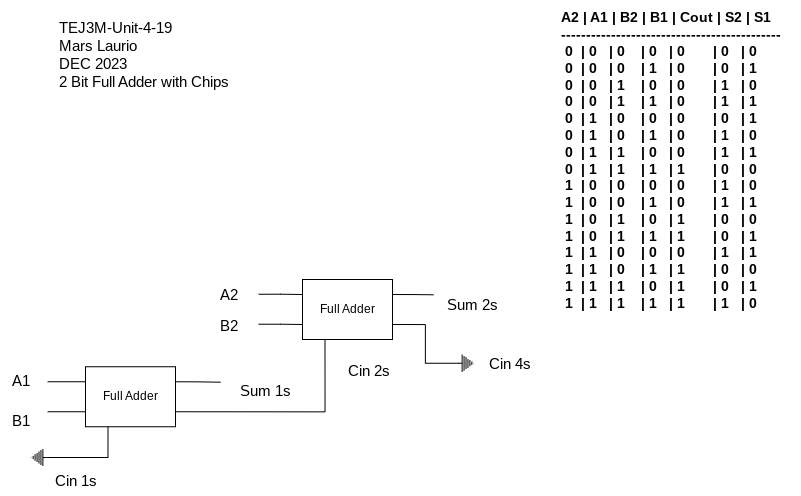
Mars-Laurio/TEJ3M-Unit4 keeps this draw.io diagram as Unit4-19/TEJ3M-Unit-4-19.png. Above is the earlier version. Source tidied: cells renumbered, new cells last; positions are measured from the earlier drawing's top-left corner, leaving out a move shared by most shapes. Its diagram source:
```xml
<mxGraphModel>
  <root>
    <mxCell id="0" />
    <mxCell id="1" parent="0" />
    <mxCell id="2" value="&lt;div style=&quot;text-align: left; font-size: 15px;&quot;&gt;&lt;span style=&quot;background-color: initial; font-size: 15px;&quot;&gt;TEJ3M-Unit-4-19&lt;/span&gt;&lt;/div&gt;&lt;div style=&quot;text-align: left; font-size: 15px;&quot;&gt;&lt;span style=&quot;background-color: initial; font-size: 15px;&quot;&gt;Mars Laurio&lt;/span&gt;&lt;/div&gt;&lt;div style=&quot;text-align: left; font-size: 15px;&quot;&gt;&lt;span style=&quot;background-color: initial; font-size: 15px;&quot;&gt;DEC 2023&lt;/span&gt;&lt;/div&gt;&lt;div style=&quot;text-align: left; font-size: 15px;&quot;&gt;&lt;span style=&quot;background-color: initial; font-size: 15px;&quot;&gt;2 Bit Full Adder with Chips&lt;/span&gt;&lt;/div&gt;" style="text;html=1;align=center;verticalAlign=middle;strokeColor=none;fillColor=none;fontSize=15;fontFamily=Helvetica;fontColor=default;" parent="1" vertex="1">
      <mxGeometry x="43" y="9" width="200" height="90" as="geometry" />
    </mxCell>
    <mxCell id="3" value="&lt;div style=&quot;text-align: left; font-size: 14px;&quot;&gt;&lt;div style=&quot;font-size: 14px;&quot;&gt;&lt;span style=&quot;font-size: 14px;&quot;&gt;A2 | A1 | B2 | B1 | Cout | S2 | S1&lt;/span&gt;&lt;/div&gt;&lt;div style=&quot;font-size: 14px;&quot;&gt;&lt;span style=&quot;font-size: 14px;&quot;&gt;--------------------------------------------&lt;/span&gt;&lt;/div&gt;&lt;div style=&quot;font-size: 14px;&quot;&gt;&lt;span style=&quot;font-size: 14px;&quot;&gt;&amp;nbsp;0&amp;nbsp; | 0&amp;nbsp; &amp;nbsp;| 0&amp;nbsp; &amp;nbsp; | 0&amp;nbsp; &amp;nbsp;| 0&amp;nbsp; &amp;nbsp; &amp;nbsp; &amp;nbsp;| 0&amp;nbsp; &amp;nbsp;| 0&amp;nbsp;&amp;nbsp;&lt;/span&gt;&lt;/div&gt;&lt;div style=&quot;font-size: 14px;&quot;&gt;&lt;span style=&quot;font-size: 14px;&quot;&gt;&amp;nbsp;0&amp;nbsp; | 0&amp;nbsp; &amp;nbsp;| 0&amp;nbsp; &amp;nbsp; | 1&amp;nbsp; &amp;nbsp;| 0&amp;nbsp; &amp;nbsp; &amp;nbsp; &amp;nbsp;| 0&amp;nbsp; &amp;nbsp;| 1&amp;nbsp; &amp;nbsp;&amp;nbsp;&lt;/span&gt;&lt;/div&gt;&lt;div style=&quot;font-size: 14px;&quot;&gt;&lt;span style=&quot;font-size: 14px;&quot;&gt;&amp;nbsp;0&amp;nbsp; | 0&amp;nbsp; &amp;nbsp;| 1&amp;nbsp; &amp;nbsp; | 0&amp;nbsp; &amp;nbsp;| 0&amp;nbsp; &amp;nbsp; &amp;nbsp; &amp;nbsp;| 1&amp;nbsp; &amp;nbsp;| 0&amp;nbsp; &amp;nbsp;&amp;nbsp;&lt;/span&gt;&lt;/div&gt;&lt;div style=&quot;font-size: 14px;&quot;&gt;&lt;span style=&quot;font-size: 14px;&quot;&gt;&amp;nbsp;0&amp;nbsp; | 0&amp;nbsp; &amp;nbsp;| 1&amp;nbsp; &amp;nbsp; | 1&amp;nbsp; &amp;nbsp;| 0&amp;nbsp; &amp;nbsp; &amp;nbsp; &amp;nbsp;| 1&amp;nbsp; &amp;nbsp;| 1&amp;nbsp; &amp;nbsp; &amp;nbsp;&lt;/span&gt;&lt;/div&gt;&lt;div style=&quot;font-size: 14px;&quot;&gt;&lt;span style=&quot;font-size: 14px;&quot;&gt;&amp;nbsp;0&amp;nbsp; | 1&amp;nbsp; &amp;nbsp;| 0&amp;nbsp; &amp;nbsp; | 0&amp;nbsp; &amp;nbsp;| 0&amp;nbsp; &amp;nbsp; &amp;nbsp; &amp;nbsp;| 0&amp;nbsp; &amp;nbsp;| 1&amp;nbsp; &amp;nbsp;&lt;/span&gt;&lt;/div&gt;&lt;div style=&quot;font-size: 14px;&quot;&gt;&lt;span style=&quot;font-size: 14px;&quot;&gt;&amp;nbsp;0&amp;nbsp; | 1&amp;nbsp; &amp;nbsp;| 0&amp;nbsp; &amp;nbsp; | 1&amp;nbsp; &amp;nbsp;| 0&amp;nbsp; &amp;nbsp; &amp;nbsp; &amp;nbsp;| 1&amp;nbsp; &amp;nbsp;| 0&amp;nbsp; &amp;nbsp;&lt;/span&gt;&lt;/div&gt;&lt;div style=&quot;font-size: 14px;&quot;&gt;&lt;span style=&quot;font-size: 14px;&quot;&gt;&amp;nbsp;0&amp;nbsp; | 1&amp;nbsp; &amp;nbsp;| 1&amp;nbsp; &amp;nbsp; | 0&amp;nbsp; &amp;nbsp;| 0&amp;nbsp; &amp;nbsp; &amp;nbsp; &amp;nbsp;| 1&amp;nbsp; &amp;nbsp;| 1&amp;nbsp; &amp;nbsp;&lt;/span&gt;&lt;/div&gt;&lt;div style=&quot;font-size: 14px;&quot;&gt;&lt;span style=&quot;font-size: 14px;&quot;&gt;&amp;nbsp;0&amp;nbsp; | 1&amp;nbsp; &amp;nbsp;| 1&amp;nbsp; &amp;nbsp; | 1&amp;nbsp; &amp;nbsp;| 1&amp;nbsp; &amp;nbsp; &amp;nbsp; &amp;nbsp;| 0&amp;nbsp; &amp;nbsp;| 0&amp;nbsp; &amp;nbsp;&lt;/span&gt;&lt;/div&gt;&lt;div style=&quot;font-size: 14px;&quot;&gt;&lt;span style=&quot;font-size: 14px;&quot;&gt;&amp;nbsp;1&amp;nbsp; | 0&amp;nbsp; &amp;nbsp;| 0&amp;nbsp; &amp;nbsp; | 0&amp;nbsp; &amp;nbsp;| 0&amp;nbsp; &amp;nbsp; &amp;nbsp; &amp;nbsp;| 1&amp;nbsp; &amp;nbsp;| 0&amp;nbsp; &amp;nbsp;&amp;nbsp;&lt;/span&gt;&lt;/div&gt;&lt;div style=&quot;font-size: 14px;&quot;&gt;&lt;span style=&quot;font-size: 14px;&quot;&gt;&amp;nbsp;1&amp;nbsp; | 0&amp;nbsp; &amp;nbsp;| 0&amp;nbsp; &amp;nbsp; | 1&amp;nbsp; &amp;nbsp;| 0&amp;nbsp; &amp;nbsp; &amp;nbsp; &amp;nbsp;| 1&amp;nbsp; &amp;nbsp;| 1&amp;nbsp; &amp;nbsp;&amp;nbsp;&lt;/span&gt;&lt;/div&gt;&lt;div style=&quot;font-size: 14px;&quot;&gt;&lt;span style=&quot;font-size: 14px;&quot;&gt;&amp;nbsp;1&amp;nbsp; | 0&amp;nbsp; &amp;nbsp;| 1&amp;nbsp; &amp;nbsp; | 0&amp;nbsp; &amp;nbsp;| 1&amp;nbsp; &amp;nbsp; &amp;nbsp; &amp;nbsp;| 0&amp;nbsp; &amp;nbsp;| 0&amp;nbsp; &amp;nbsp; &amp;nbsp;&lt;/span&gt;&lt;/div&gt;&lt;div style=&quot;font-size: 14px;&quot;&gt;&lt;span style=&quot;font-size: 14px;&quot;&gt;&amp;nbsp;1&amp;nbsp; | 0&amp;nbsp; &amp;nbsp;| 1&amp;nbsp; &amp;nbsp; | 1&amp;nbsp; &amp;nbsp;| 1&amp;nbsp; &amp;nbsp; &amp;nbsp; &amp;nbsp;| 0&amp;nbsp; &amp;nbsp;| 1&amp;nbsp; &amp;nbsp;&amp;nbsp;&lt;/span&gt;&lt;/div&gt;&lt;div style=&quot;font-size: 14px;&quot;&gt;&lt;span style=&quot;font-size: 14px;&quot;&gt;&amp;nbsp;1&amp;nbsp; | 1&amp;nbsp; &amp;nbsp;| 0&amp;nbsp; &amp;nbsp; | 0&amp;nbsp; &amp;nbsp;| 0&amp;nbsp; &amp;nbsp; &amp;nbsp; &amp;nbsp;| 1&amp;nbsp; &amp;nbsp;| 1&amp;nbsp; &amp;nbsp; &amp;nbsp;&lt;/span&gt;&lt;/div&gt;&lt;div style=&quot;font-size: 14px;&quot;&gt;&lt;span style=&quot;font-size: 14px;&quot;&gt;&amp;nbsp;1&amp;nbsp; | 1&amp;nbsp; &amp;nbsp;| 0&amp;nbsp; &amp;nbsp; | 1&amp;nbsp; &amp;nbsp;| 1&amp;nbsp; &amp;nbsp; &amp;nbsp; &amp;nbsp;| 0&amp;nbsp; &amp;nbsp;| 0&amp;nbsp; &amp;nbsp;&amp;nbsp;&lt;/span&gt;&lt;/div&gt;&lt;div style=&quot;font-size: 14px;&quot;&gt;&lt;span style=&quot;font-size: 14px;&quot;&gt;&amp;nbsp;1&amp;nbsp; | 1&amp;nbsp; &amp;nbsp;| 1&amp;nbsp; &amp;nbsp; | 0&amp;nbsp; &amp;nbsp;| 1&amp;nbsp; &amp;nbsp; &amp;nbsp; &amp;nbsp;| 0&amp;nbsp; &amp;nbsp;| 1&amp;nbsp; &amp;nbsp;&amp;nbsp;&lt;/span&gt;&lt;/div&gt;&lt;div style=&quot;font-size: 14px;&quot;&gt;&lt;span style=&quot;font-size: 14px;&quot;&gt;&amp;nbsp;1&amp;nbsp; | 1&amp;nbsp; &amp;nbsp;| 1&amp;nbsp; &amp;nbsp; | 1&amp;nbsp; &amp;nbsp;| 1&amp;nbsp; &amp;nbsp; &amp;nbsp; &amp;nbsp;| 1&amp;nbsp; &amp;nbsp;| 0&amp;nbsp; &amp;nbsp;&amp;nbsp;&lt;/span&gt;&lt;/div&gt;&lt;/div&gt;" style="text;html=1;align=center;verticalAlign=middle;opacity=0;fontStyle=1;fontSize=14;" parent="1" vertex="1">
      <mxGeometry x="540" y="0.2" width="260" height="320" as="geometry" />
    </mxCell>
    <mxCell id="4" style="edgeStyle=orthogonalEdgeStyle;html=1;exitX=1;exitY=0.75;exitDx=0;exitDy=0;entryX=0.25;entryY=1;entryDx=0;entryDy=0;fontFamily=Helvetica;fontSize=12;fontColor=default;rounded=0;endArrow=none;endFill=0;" parent="1" edge="1" source="6" target="9">
      <mxGeometry relative="1" as="geometry" />
    </mxCell>
    <mxCell id="5" style="edgeStyle=orthogonalEdgeStyle;rounded=0;html=1;exitX=1;exitY=0.25;exitDx=0;exitDy=0;fontFamily=Helvetica;fontSize=15;fontColor=default;endArrow=none;endFill=0;" parent="1" edge="1" source="6">
      <mxGeometry relative="1" as="geometry">
        <mxPoint x="220" y="381.7" as="targetPoint" />
      </mxGeometry>
    </mxCell>
    <mxCell id="6" value="Full Adder" style="rounded=0;whiteSpace=wrap;html=1;" parent="1" vertex="1">
      <mxGeometry x="85" y="366.2" width="90" height="60" as="geometry" />
    </mxCell>
    <mxCell id="7" style="edgeStyle=orthogonalEdgeStyle;rounded=0;html=1;exitX=1;exitY=0.25;exitDx=0;exitDy=0;fontFamily=Helvetica;fontSize=15;fontColor=default;endArrow=none;endFill=0;" parent="1" edge="1" source="9">
      <mxGeometry relative="1" as="geometry">
        <mxPoint x="433" y="294.3" as="targetPoint" />
      </mxGeometry>
    </mxCell>
    <mxCell id="8" style="edgeStyle=orthogonalEdgeStyle;shape=connector;rounded=0;html=1;exitX=1;exitY=0.75;exitDx=0;exitDy=0;entryX=0.5;entryY=0;entryDx=0;entryDy=0;entryPerimeter=0;labelBackgroundColor=default;strokeColor=default;fontFamily=Helvetica;fontSize=15;fontColor=default;endArrow=none;endFill=0;" parent="1" edge="1" source="9" target="24">
      <mxGeometry relative="1" as="geometry" />
    </mxCell>
    <mxCell id="9" value="Full Adder" style="rounded=0;whiteSpace=wrap;html=1;" parent="1" vertex="1">
      <mxGeometry x="302" y="279" width="90" height="60" as="geometry" />
    </mxCell>
    <mxCell id="10" style="edgeStyle=orthogonalEdgeStyle;rounded=0;html=1;exitX=0.5;exitY=0;exitDx=0;exitDy=0;exitPerimeter=0;entryX=0;entryY=0.25;entryDx=0;entryDy=0;fontFamily=Helvetica;fontSize=12;fontColor=default;endArrow=none;endFill=0;" parent="1" edge="1" target="9">
      <mxGeometry relative="1" as="geometry">
        <mxPoint x="258.2" y="293.7" as="sourcePoint" />
      </mxGeometry>
    </mxCell>
    <mxCell id="11" style="edgeStyle=orthogonalEdgeStyle;rounded=0;html=1;exitX=0.5;exitY=0;exitDx=0;exitDy=0;exitPerimeter=0;entryX=0;entryY=0.75;entryDx=0;entryDy=0;fontFamily=Helvetica;fontSize=12;fontColor=default;endArrow=none;endFill=0;" parent="1" edge="1" target="9">
      <mxGeometry relative="1" as="geometry">
        <mxPoint x="258.2" y="323.7" as="sourcePoint" />
      </mxGeometry>
    </mxCell>
    <mxCell id="12" style="edgeStyle=orthogonalEdgeStyle;rounded=0;html=1;exitX=0.5;exitY=0;exitDx=0;exitDy=0;exitPerimeter=0;entryX=0;entryY=0.25;entryDx=0;entryDy=0;fontFamily=Helvetica;fontSize=12;fontColor=default;endArrow=none;endFill=0;" parent="1" edge="1" target="6">
      <mxGeometry relative="1" as="geometry">
        <mxPoint x="47.2" y="381.2" as="sourcePoint" />
      </mxGeometry>
    </mxCell>
    <mxCell id="13" style="edgeStyle=orthogonalEdgeStyle;rounded=0;html=1;exitX=0.5;exitY=0;exitDx=0;exitDy=0;exitPerimeter=0;entryX=0;entryY=0.75;entryDx=0;entryDy=0;fontFamily=Helvetica;fontSize=12;fontColor=default;endArrow=none;endFill=0;" parent="1" edge="1" target="6">
      <mxGeometry relative="1" as="geometry">
        <mxPoint x="47.2" y="411.2" as="sourcePoint" />
      </mxGeometry>
    </mxCell>
    <mxCell id="14" style="edgeStyle=orthogonalEdgeStyle;rounded=0;html=1;exitX=0.5;exitY=0;exitDx=0;exitDy=0;exitPerimeter=0;entryX=0.25;entryY=1;entryDx=0;entryDy=0;fontFamily=Helvetica;fontSize=15;fontColor=default;endArrow=none;endFill=0;" parent="1" edge="1" source="15" target="6">
      <mxGeometry relative="1" as="geometry" />
    </mxCell>
    <mxCell id="15" style="verticalLabelPosition=bottom;shadow=0;dashed=0;align=center;html=1;verticalAlign=top;shape=mxgraph.electrical.signal_sources.protective_earth;strokeColor=default;fontFamily=Helvetica;fontSize=12;fontColor=default;fillColor=#18141D;rotation=90;" parent="1" vertex="1">
      <mxGeometry x="30" y="449.2" width="17" height="15.5" as="geometry" />
    </mxCell>
    <mxCell id="16" value="A1" style="text;html=1;align=center;verticalAlign=middle;strokeColor=none;fillColor=none;fontSize=15;fontFamily=Helvetica;fontColor=default;" parent="1" vertex="1">
      <mxGeometry y="365" width="40" height="30" as="geometry" />
    </mxCell>
    <mxCell id="17" value="B1" style="text;html=1;align=center;verticalAlign=middle;strokeColor=none;fillColor=none;fontSize=15;fontFamily=Helvetica;fontColor=default;" parent="1" vertex="1">
      <mxGeometry y="405" width="40" height="30" as="geometry" />
    </mxCell>
    <mxCell id="18" value="A2" style="text;html=1;align=center;verticalAlign=middle;strokeColor=none;fillColor=none;fontSize=15;fontFamily=Helvetica;fontColor=default;" parent="1" vertex="1">
      <mxGeometry x="208" y="279" width="40" height="30" as="geometry" />
    </mxCell>
    <mxCell id="19" value="B2" style="text;html=1;align=center;verticalAlign=middle;strokeColor=none;fillColor=none;fontSize=15;fontFamily=Helvetica;fontColor=default;" parent="1" vertex="1">
      <mxGeometry x="208" y="310.2" width="40" height="30" as="geometry" />
    </mxCell>
    <mxCell id="20" value="Cin 2s" style="text;html=1;align=center;verticalAlign=middle;strokeColor=none;fillColor=none;fontSize=15;fontFamily=Helvetica;fontColor=default;" parent="1" vertex="1">
      <mxGeometry x="333" y="355" width="70" height="30" as="geometry" />
    </mxCell>
    <mxCell id="21" value="Cin 1s" style="text;html=1;align=center;verticalAlign=middle;strokeColor=none;fillColor=none;fontSize=15;fontFamily=Helvetica;fontColor=default;" parent="1" vertex="1">
      <mxGeometry x="40" y="464.8" width="70" height="30" as="geometry" />
    </mxCell>
    <mxCell id="22" value="Sum 1s" style="text;html=1;align=center;verticalAlign=middle;strokeColor=none;fillColor=none;fontSize=15;fontFamily=Helvetica;fontColor=default;" parent="1" vertex="1">
      <mxGeometry x="230" y="375" width="70" height="30" as="geometry" />
    </mxCell>
    <mxCell id="23" value="Sum 2s" style="text;html=1;align=center;verticalAlign=middle;strokeColor=none;fillColor=none;fontSize=15;fontFamily=Helvetica;fontColor=default;" parent="1" vertex="1">
      <mxGeometry x="436.5" y="289" width="70" height="30" as="geometry" />
    </mxCell>
    <mxCell id="24" style="verticalLabelPosition=bottom;shadow=0;dashed=0;align=center;html=1;verticalAlign=top;shape=mxgraph.electrical.signal_sources.protective_earth;strokeColor=default;fontFamily=Helvetica;fontSize=12;fontColor=default;fillColor=#18141D;rotation=-90;" parent="1" vertex="1">
      <mxGeometry x="457" y="355" width="17" height="15.5" as="geometry" />
    </mxCell>
    <mxCell id="25" value="Cin 4s" style="text;html=1;align=center;verticalAlign=middle;strokeColor=none;fillColor=none;fontSize=15;fontFamily=Helvetica;fontColor=default;" parent="1" vertex="1">
      <mxGeometry x="474" y="347.8" width="70" height="30" as="geometry" />
    </mxCell>
  </root>
</mxGraphModel>
```
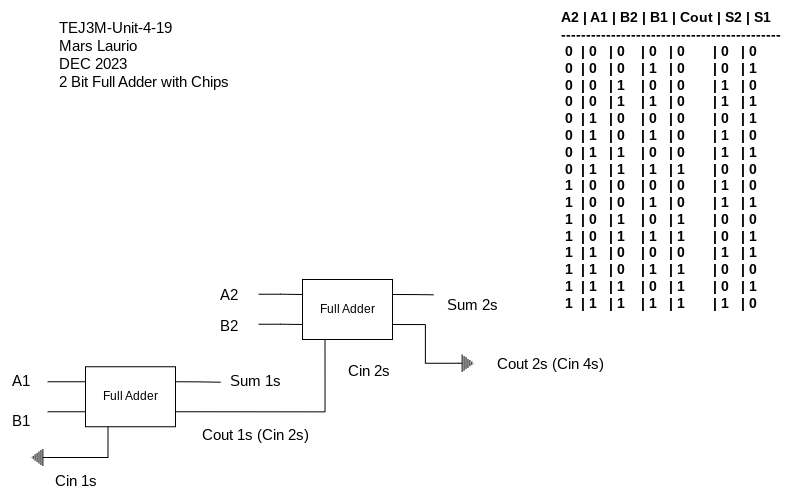
After the change.

What changed in the source:
```diff
@@ -75,7 +75,7 @@
       <mxGeometry x="40" y="464.8" width="70" height="30" as="geometry" />
     </mxCell>
     <mxCell id="22" value="Sum 1s" style="text;html=1;align=center;verticalAlign=middle;strokeColor=none;fillColor=none;fontSize=15;fontFamily=Helvetica;fontColor=default;" parent="1" vertex="1">
-      <mxGeometry x="230" y="375" width="70" height="30" as="geometry" />
+      <mxGeometry x="220" y="365" width="70" height="30" as="geometry" />
     </mxCell>
     <mxCell id="23" value="Sum 2s" style="text;html=1;align=center;verticalAlign=middle;strokeColor=none;fillColor=none;fontSize=15;fontFamily=Helvetica;fontColor=default;" parent="1" vertex="1">
       <mxGeometry x="436.5" y="289" width="70" height="30" as="geometry" />
@@ -83,8 +83,11 @@
     <mxCell id="24" style="verticalLabelPosition=bottom;shadow=0;dashed=0;align=center;html=1;verticalAlign=top;shape=mxgraph.electrical.signal_sources.protective_earth;strokeColor=default;fontFamily=Helvetica;fontSize=12;fontColor=default;fillColor=#18141D;rotation=-90;" parent="1" vertex="1">
       <mxGeometry x="457" y="355" width="17" height="15.5" as="geometry" />
     </mxCell>
-    <mxCell id="25" value="Cin 4s" style="text;html=1;align=center;verticalAlign=middle;strokeColor=none;fillColor=none;fontSize=15;fontFamily=Helvetica;fontColor=default;" parent="1" vertex="1">
-      <mxGeometry x="474" y="347.8" width="70" height="30" as="geometry" />
+    <mxCell id="25" value="Cout 2s (Cin 4s)" style="text;html=1;align=center;verticalAlign=middle;strokeColor=none;fillColor=none;fontSize=15;fontFamily=Helvetica;fontColor=default;" parent="1" vertex="1">
+      <mxGeometry x="480" y="347.8" width="140" height="30" as="geometry" />
     </mxCell>
+    <mxCell id="26" value="Cout 1s (Cin 2s)" style="text;html=1;align=center;verticalAlign=middle;strokeColor=none;fillColor=none;fontSize=15;fontFamily=Helvetica;fontColor=default;" parent="1" vertex="1">
+      <mxGeometry x="185" y="419.2" width="140" height="30" as="geometry" />
+    </mxCell>
   </root>
 </mxGraphModel>
```
